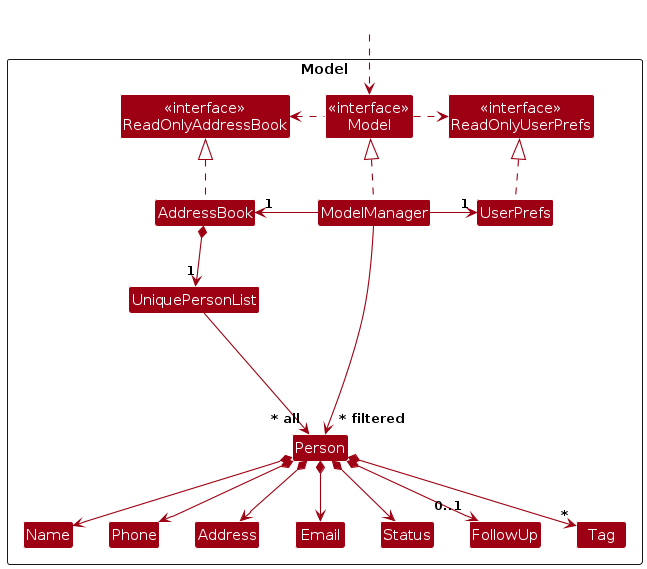
Above: diagrams/ModelClassDiagram.png in AY2627S1-CS2103T-T09-2/tp (PlantUML), before the change. Its source is kept beside it as diagrams/ModelClassDiagram.puml.
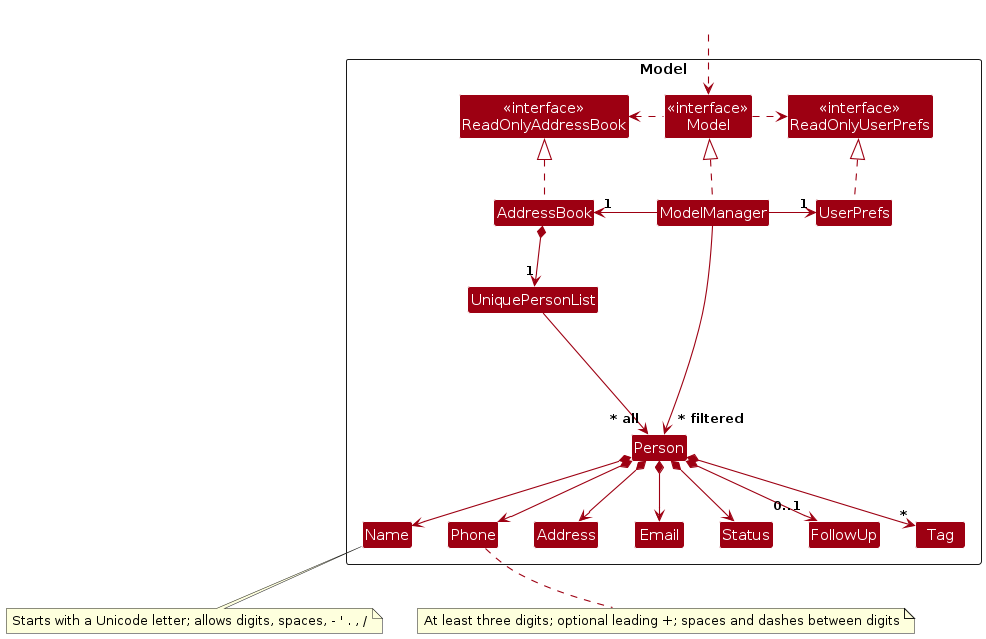
Later version of the same file.

Diff of the diagram source:
```diff
@@ -13,13 +13,32 @@
 Class UserPrefs
 
 Class UniquePersonList
-Class Person
+Class Person {
+  - status : Status
+}
 Class Address
 Class Email
-Class Name
-Class Phone
-Class Status
-Class FollowUp
+Class Name {
+  + VALIDATION_REGEX : String
+  + isValidName(String) : boolean
+}
+Class Phone {
+  + VALIDATION_REGEX : String
+  + isValidPhone(String) : boolean
+}
+Enum Status {
+  PROSPECT
+  CLIENT
+  INACTIVE
+  + DEFAULT : Status
+}
+Class FollowUp {
+  + value : LocalDate
+  + isValidFollowUp(String) : boolean
+  + hasValidFormat(String) : boolean
+  + isRealDate(String) : boolean
+  + isPast() : boolean
+}
 Class Tag
 
 Class I #FFFFFF
@@ -55,4 +74,6 @@
 Address -[hidden]right-> Email
 
 ModelManager --> "~* filtered" Person
+note bottom of Name : Starts with a Unicode letter; allows digits, spaces, - ' . , /
+note bottom of Phone : At least three digits; optional leading +; spaces and dashes between digits
 @enduml
```
